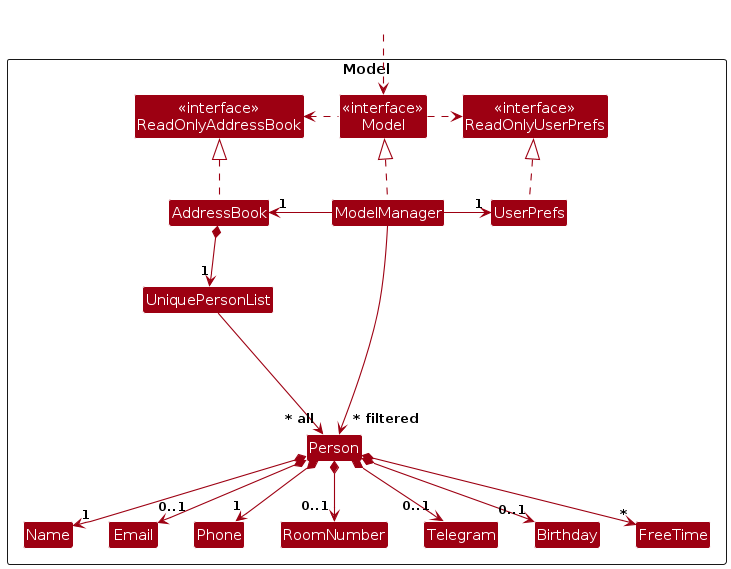
Earlier version of the PlantUML export diagrams/ModelClassDiagram.png (donwong2308/tp). Its source is kept beside it as diagrams/ModelClassDiagram.puml. Its diagram source:
```plantuml
@startuml
!include style.puml
skinparam arrowThickness 1.1
skinparam arrowColor MODEL_COLOR
skinparam classBackgroundColor MODEL_COLOR

Package Model as ModelPackage <<Rectangle>>{
Class "<<interface>>\nReadOnlyAddressBook" as ReadOnlyAddressBook
Class "<<interface>>\nReadOnlyUserPrefs" as ReadOnlyUserPrefs
Class "<<interface>>\nModel" as Model
Class AddressBook
Class ModelManager
Class UserPrefs

Class UniquePersonList
Class Person
Class Name
Class Email
Class Phone
Class RoomNumber
Class Telegram
Class Birthday
Class FreeTime

Class I #FFFFFF
}

Class HiddenOutside #FFFFFF
HiddenOutside ..> Model

AddressBook .up.|> ReadOnlyAddressBook

ModelManager .up.|> Model
Model .right.> ReadOnlyUserPrefs
Model .left.> ReadOnlyAddressBook
ModelManager -left-> "1" AddressBook
ModelManager -right-> "1" UserPrefs
UserPrefs .up.|> ReadOnlyUserPrefs

AddressBook *--> "1" UniquePersonList
UniquePersonList --> "~* all" Person
Person *--> "1" Name
Person *--> "1" Phone
Person *--> "0..1" Email
Person *--> "0..1" RoomNumber
Person *--> "0..1" Telegram
Person *--> "0..1" Birthday
Person *--> "*" FreeTime

Person -[hidden]up--> I
UniquePersonList -[hidden]right-> I

ModelManager --> "~* filtered" Person
@enduml
```
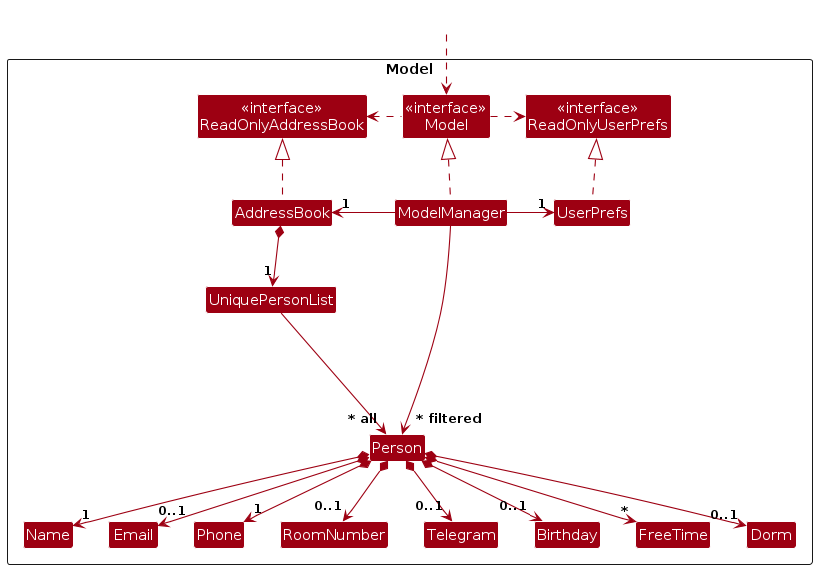
Later version of the same file.

Change to the diagram source:
```diff
@@ -21,6 +21,7 @@
 Class Telegram
 Class Birthday
 Class FreeTime
+Class Dorm
 
 Class I #FFFFFF
 }
@@ -46,6 +47,7 @@
 Person *--> "0..1" Telegram
 Person *--> "0..1" Birthday
 Person *--> "*" FreeTime
+Person *--> "0..1" Dorm
 
 Person -[hidden]up--> I
 UniquePersonList -[hidden]right-> I
```
